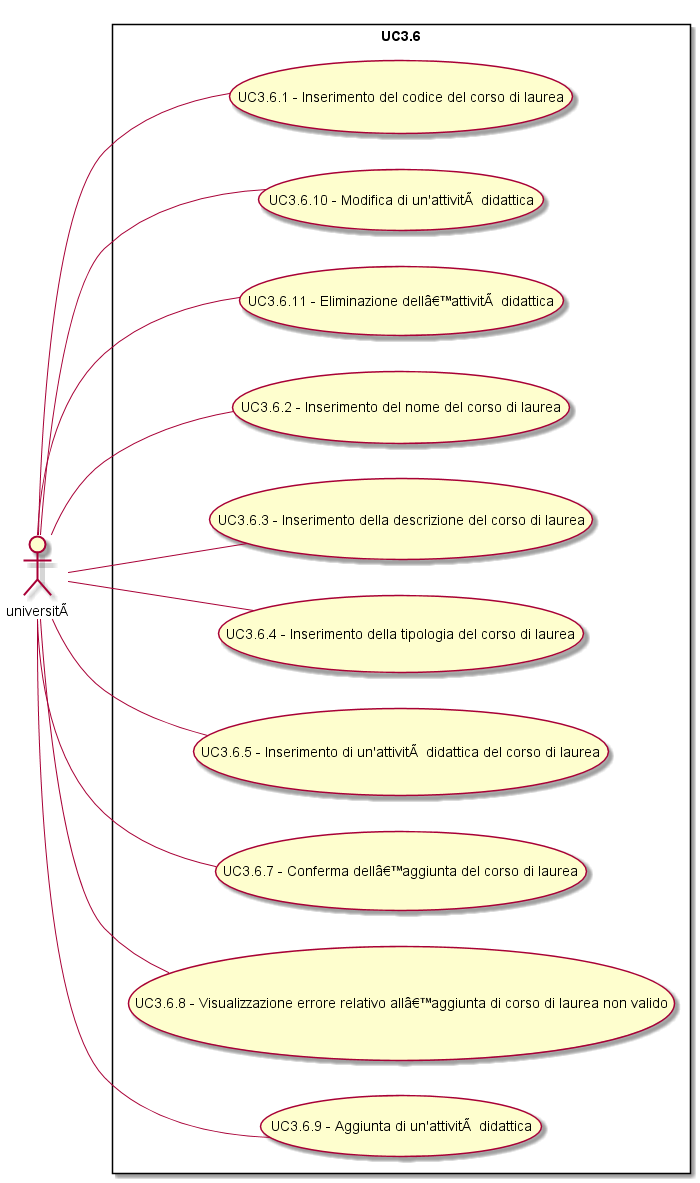
This is Analisi dei requisiti/img/UC3-6.png from SOS-SonsOfSwe/Marvin, a PlantUML export, as it was before one commit.
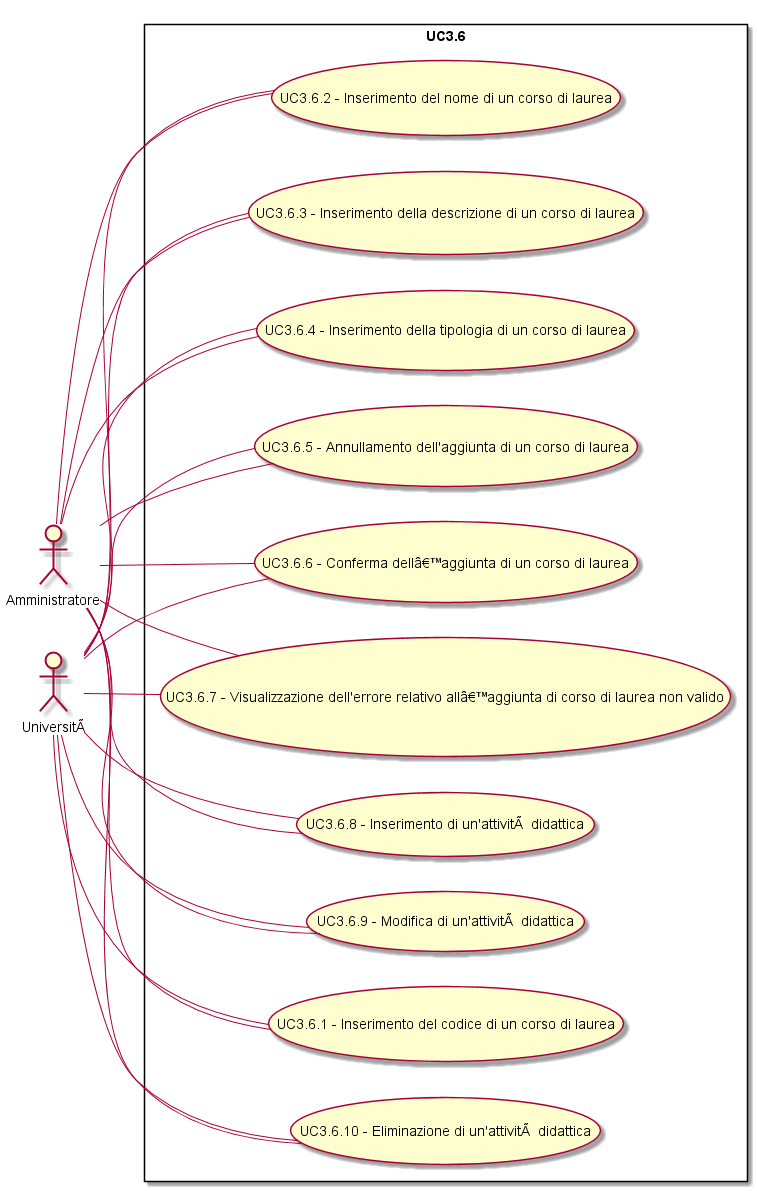
After the commit.

Change to the diagram source:
```diff
@@ -1,17 +1,28 @@
 @startuml
 left to right direction
 skinparam packageStyle rectangle
-actor universitÃ
+actor Amministratore
+actor UniversitÃ
 rectangle UC3.6 {
-universitÃ  -- (UC3.6.1 - Inserimento del codice del corso di laurea)
-universitÃ  -- (UC3.6.10 - Modifica di un'attivitÃ  didattica)
-universitÃ  -- (UC3.6.11 - Eliminazione dellâ??attivitÃ  didattica)
-universitÃ  -- (UC3.6.2 - Inserimento del nome del corso di laurea)
-universitÃ  -- (UC3.6.3 - Inserimento della descrizione del corso di laurea)
-universitÃ  -- (UC3.6.4 - Inserimento della tipologia del corso di laurea)
-universitÃ  -- (UC3.6.5 - Inserimento di un'attivitÃ  didattica del corso di laurea)
-universitÃ  -- (UC3.6.7 - Conferma dellâ??aggiunta del corso di laurea)
-universitÃ  -- (UC3.6.8 - Visualizzazione errore relativo allâ??aggiunta di corso di laurea non valido )
-universitÃ  -- (UC3.6.9 - Aggiunta di un'attivitÃ  didattica)
+Amministratore -- (UC3.6.1 - Inserimento del codice di un corso di laurea)
+Amministratore -- (UC3.6.10 - Eliminazione di un'attivitÃ  didattica)
+Amministratore -- (UC3.6.2 - Inserimento del nome di un corso di laurea)
+Amministratore -- (UC3.6.3 - Inserimento della descrizione di un corso di laurea)
+Amministratore -- (UC3.6.4 - Inserimento della tipologia di un corso di laurea)
+Amministratore -- (UC3.6.5 - Annullamento dell'aggiunta di un corso di laurea)
+Amministratore -- (UC3.6.6 - Conferma dellâ??aggiunta di un corso di laurea)
+Amministratore -- (UC3.6.7 - Visualizzazione dell'errore relativo allâ??aggiunta di corso di laurea non valido )
+Amministratore -- (UC3.6.8 - Inserimento di un'attivitÃ  didattica)
+Amministratore -- (UC3.6.9 - Modifica di un'attivitÃ  didattica)
+UniversitÃ  -- (UC3.6.1 - Inserimento del codice di un corso di laurea)
+UniversitÃ  -- (UC3.6.10 - Eliminazione di un'attivitÃ  didattica)
+UniversitÃ  -- (UC3.6.2 - Inserimento del nome di un corso di laurea)
+UniversitÃ  -- (UC3.6.3 - Inserimento della descrizione di un corso di laurea)
+UniversitÃ  -- (UC3.6.4 - Inserimento della tipologia di un corso di laurea)
+UniversitÃ  -- (UC3.6.5 - Annullamento dell'aggiunta di un corso di laurea)
+UniversitÃ  -- (UC3.6.6 - Conferma dellâ??aggiunta di un corso di laurea)
+UniversitÃ  -- (UC3.6.7 - Visualizzazione dell'errore relativo allâ??aggiunta di corso di laurea non valido )
+UniversitÃ  -- (UC3.6.8 - Inserimento di un'attivitÃ  didattica)
+UniversitÃ  -- (UC3.6.9 - Modifica di un'attivitÃ  didattica)
 }
 @enduml
```
